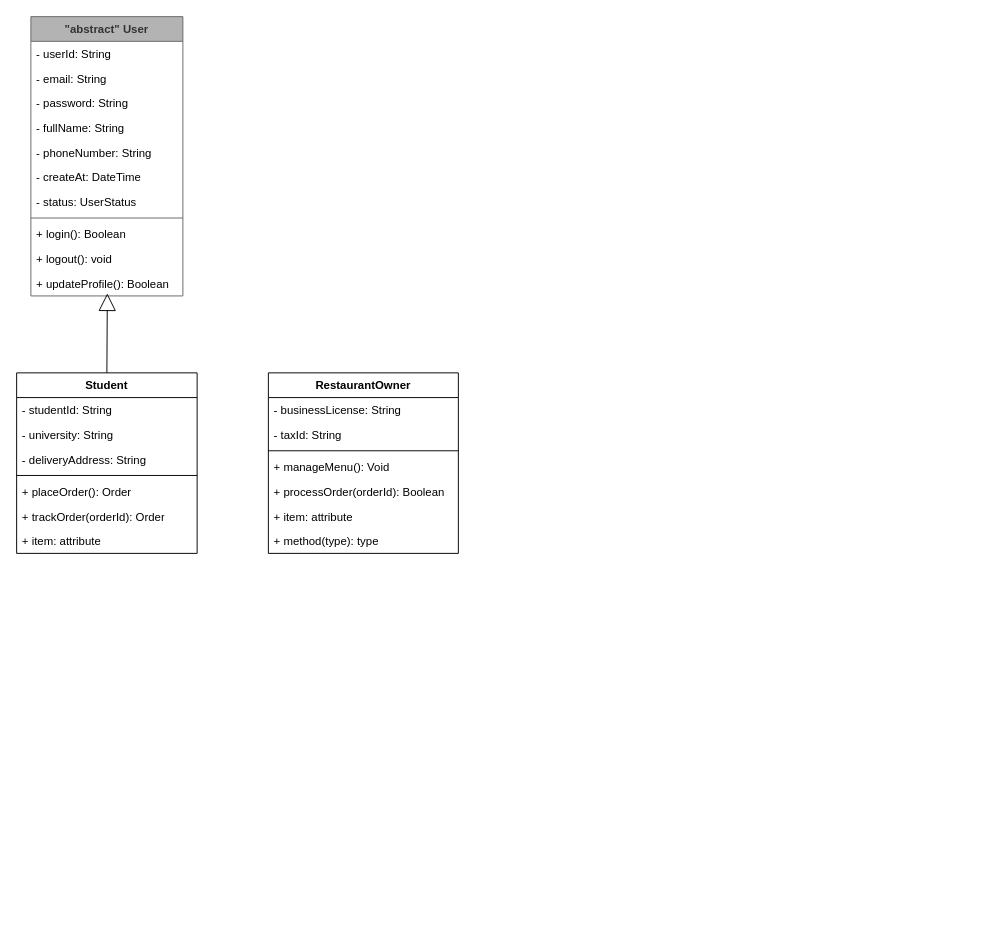
bomnguyen1907/draw_database keeps this draw.io diagram as Class Diagram- UniEats System.drawio. Above is the earlier version. Source tidied: cells renumbered, new cells numbered last; positions are measured from the earlier drawing's top-left corner, leaving out a move shared by most shapes. Both pictures are drawn from the tidied source at 95%, with x=0, y=0 at pixel (16, 16).
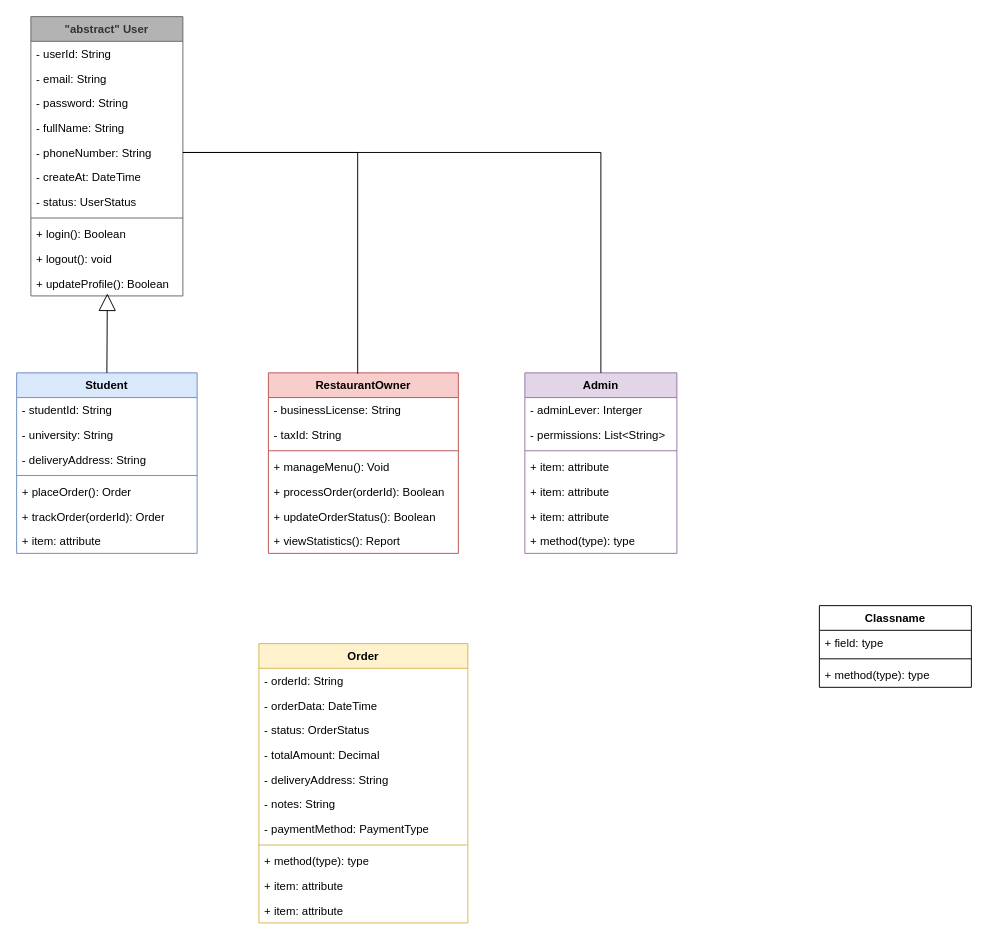
The same diagram, later.

Commit message (it also covers changes not shown here):
Cập nhật Class Diagram- UniEats System.drawio

The change refers to these unchanged cells:
```xml
<mxCell id="7" value="- phoneNumber: String" style="text;strokeColor=none;fillColor=none;align=left;verticalAlign=top;spacingLeft=4;spacingRight=4;overflow=hidden;points=[[0,0.5],[1,0.5]];portConstraint=eastwest;whiteSpace=wrap;html=1;" parent="2" vertex="1">
  <mxGeometry y="130" width="160" height="26" as="geometry" />
</mxCell>
```

Change to the diagram source:
```diff
@@
-    <mxCell id="14" value="Student" style="swimlane;fontStyle=1;align=center;verticalAlign=top;horizontal=1;startSize=26;whiteSpace=wrap;html=1;" parent="1" vertex="1">
+    <mxCell id="14" value="Student" style="swimlane;fontStyle=1;align=center;verticalAlign=top;horizontal=1;startSize=26;whiteSpace=wrap;html=1;fillColor=#dae8fc;strokeColor=#6c8ebf;" parent="1" vertex="1">
       <mxGeometry y="375" width="190" height="190" as="geometry" />
     </mxCell>
@@
-    <mxCell id="23" value="RestaurantOwner" style="swimlane;fontStyle=1;align=center;verticalAlign=top;horizontal=1;startSize=26;whiteSpace=wrap;html=1;" parent="1" vertex="1">
+    <mxCell id="23" value="RestaurantOwner" style="swimlane;fontStyle=1;align=center;verticalAlign=top;horizontal=1;startSize=26;whiteSpace=wrap;html=1;fillColor=#f8cecc;strokeColor=#b85450;" parent="1" vertex="1">
       <mxGeometry x="265" y="375" width="200" height="190" as="geometry" />
     </mxCell>
@@
-    <mxCell id="29" value="+ item: attribute" style="text;strokeColor=none;fillColor=none;align=left;verticalAlign=top;spacingLeft=4;spacingRight=4;overflow=hidden;whiteSpace=wrap;html=1;" parent="23" vertex="1">
+    <mxCell id="29" value="+ updateOrderStatus(): Boolean" style="text;strokeColor=none;fillColor=none;align=left;verticalAlign=top;spacingLeft=4;spacingRight=4;overflow=hidden;whiteSpace=wrap;html=1;" parent="23" vertex="1">
       <mxGeometry y="138" width="200" height="26" as="geometry" />
     </mxCell>
-    <mxCell id="30" value="+ method(type): type" style="text;strokeColor=none;fillColor=none;align=left;verticalAlign=top;spacingLeft=4;spacingRight=4;overflow=hidden;whiteSpace=wrap;html=1;" parent="23" vertex="1">
+    <mxCell id="30" value="+ viewStatistics(): Report" style="text;strokeColor=none;fillColor=none;align=left;verticalAlign=top;spacingLeft=4;spacingRight=4;overflow=hidden;whiteSpace=wrap;html=1;" parent="23" vertex="1">
       <mxGeometry y="164" width="200" height="26" as="geometry" />
     </mxCell>
+    <mxCell id="31" value="Admin" style="swimlane;fontStyle=1;align=center;verticalAlign=top;horizontal=1;startSize=26;whiteSpace=wrap;html=1;fillColor=#e1d5e7;strokeColor=#9673a6;" parent="1" vertex="1">
+      <mxGeometry x="535" y="375" width="160" height="190" as="geometry" />
+    </mxCell>
+    <mxCell id="32" value="- adminLever: Interger" style="text;strokeColor=none;fillColor=none;align=left;verticalAlign=top;spacingLeft=4;spacingRight=4;overflow=hidden;whiteSpace=wrap;html=1;" parent="31" vertex="1">
+      <mxGeometry y="26" width="160" height="26" as="geometry" />
+    </mxCell>
+    <mxCell id="33" value="- permissions: List&amp;lt;String&amp;gt;" style="text;strokeColor=none;fillColor=none;align=left;verticalAlign=top;spacingLeft=4;spacingRight=4;overflow=hidden;whiteSpace=wrap;html=1;" parent="31" vertex="1">
+      <mxGeometry y="52" width="160" height="26" as="geometry" />
+    </mxCell>
+    <mxCell id="34" style="line;strokeWidth=1;fillColor=none;align=left;verticalAlign=middle;spacingTop=-1;spacingLeft=3;spacingRight=3;labelPosition=right;strokeColor=inherit;" parent="31" vertex="1">
+      <mxGeometry y="78" width="160" height="8" as="geometry" />
+    </mxCell>
+    <mxCell id="35" value="+ item: attribute" style="text;strokeColor=none;fillColor=none;align=left;verticalAlign=top;spacingLeft=4;spacingRight=4;overflow=hidden;whiteSpace=wrap;html=1;" parent="31" vertex="1">
+      <mxGeometry y="86" width="160" height="26" as="geometry" />
+    </mxCell>
+    <mxCell id="36" value="+ item: attribute" style="text;strokeColor=none;fillColor=none;align=left;verticalAlign=top;spacingLeft=4;spacingRight=4;overflow=hidden;whiteSpace=wrap;html=1;" parent="31" vertex="1">
+      <mxGeometry y="112" width="160" height="26" as="geometry" />
+    </mxCell>
+    <mxCell id="37" value="+ item: attribute" style="text;strokeColor=none;fillColor=none;align=left;verticalAlign=top;spacingLeft=4;spacingRight=4;overflow=hidden;whiteSpace=wrap;html=1;" parent="31" vertex="1">
+      <mxGeometry y="138" width="160" height="26" as="geometry" />
+    </mxCell>
+    <mxCell id="38" value="+ method(type): type" style="text;strokeColor=none;fillColor=none;align=left;verticalAlign=top;spacingLeft=4;spacingRight=4;overflow=hidden;whiteSpace=wrap;html=1;" parent="31" vertex="1">
+      <mxGeometry y="164" width="160" height="26" as="geometry" />
+    </mxCell>
+    <mxCell id="39" value="Classname" style="swimlane;fontStyle=1;align=center;verticalAlign=top;horizontal=1;startSize=26;whiteSpace=wrap;html=1;" parent="1" vertex="1">
+      <mxGeometry x="845" y="620" width="160" height="86" as="geometry" />
+    </mxCell>
+    <mxCell id="40" value="+ field: type" style="text;strokeColor=none;fillColor=none;align=left;verticalAlign=top;spacingLeft=4;spacingRight=4;overflow=hidden;whiteSpace=wrap;html=1;" parent="39" vertex="1">
+      <mxGeometry y="26" width="160" height="26" as="geometry" />
+    </mxCell>
+    <mxCell id="41" style="line;strokeWidth=1;fillColor=none;align=left;verticalAlign=middle;spacingTop=-1;spacingLeft=3;spacingRight=3;labelPosition=right;strokeColor=inherit;" parent="39" vertex="1">
+      <mxGeometry y="52" width="160" height="8" as="geometry" />
+    </mxCell>
+    <mxCell id="42" value="+ method(type): type" style="text;strokeColor=none;fillColor=none;align=left;verticalAlign=top;spacingLeft=4;spacingRight=4;overflow=hidden;whiteSpace=wrap;html=1;" parent="39" vertex="1">
+      <mxGeometry y="60" width="160" height="26" as="geometry" />
+    </mxCell>
+    <mxCell id="43" style="endArrow=none;html=1;rounded=0;entryX=1;entryY=0.5;entryDx=0;entryDy=0;exitX=0.47;exitY=0.004;exitDx=0;exitDy=0;exitPerimeter=0;" parent="1" edge="1" source="23" target="7">
+      <mxGeometry relative="1" as="geometry">
+        <Array as="points">
+          <mxPoint x="359" y="143" />
+        </Array>
+      </mxGeometry>
+    </mxCell>
+    <mxCell id="44" style="endArrow=none;html=1;rounded=0;entryX=0.5;entryY=0;entryDx=0;entryDy=0;exitX=1;exitY=0.5;exitDx=0;exitDy=0;" parent="1" edge="1" source="7" target="31">
+      <mxGeometry relative="1" as="geometry">
+        <Array as="points">
+          <mxPoint x="615" y="143" />
+        </Array>
+      </mxGeometry>
+    </mxCell>
+    <mxCell id="45" value="Order" style="swimlane;fontStyle=1;align=center;verticalAlign=top;horizontal=1;startSize=26;whiteSpace=wrap;html=1;fillColor=#fff2cc;strokeColor=#d6b656;" parent="1" vertex="1">
+      <mxGeometry x="255" y="660" width="220" height="294" as="geometry" />
+    </mxCell>
+    <mxCell id="46" value="- orderId: String" style="text;strokeColor=none;fillColor=none;align=left;verticalAlign=top;spacingLeft=4;spacingRight=4;overflow=hidden;whiteSpace=wrap;html=1;" parent="45" vertex="1">
+      <mxGeometry y="26" width="220" height="26" as="geometry" />
+    </mxCell>
+    <mxCell id="47" value="- orderData: DateTime" style="text;strokeColor=none;fillColor=none;align=left;verticalAlign=top;spacingLeft=4;spacingRight=4;overflow=hidden;whiteSpace=wrap;html=1;" parent="45" vertex="1">
+      <mxGeometry y="52" width="220" height="26" as="geometry" />
+    </mxCell>
+    <mxCell id="48" value="- status: OrderStatus" style="text;strokeColor=none;fillColor=none;align=left;verticalAlign=top;spacingLeft=4;spacingRight=4;overflow=hidden;whiteSpace=wrap;html=1;" parent="45" vertex="1">
+      <mxGeometry y="78" width="220" height="26" as="geometry" />
+    </mxCell>
+    <mxCell id="49" value="- totalAmount: Decimal" style="text;strokeColor=none;fillColor=none;align=left;verticalAlign=top;spacingLeft=4;spacingRight=4;overflow=hidden;whiteSpace=wrap;html=1;" parent="45" vertex="1">
+      <mxGeometry y="104" width="220" height="26" as="geometry" />
+    </mxCell>
+    <mxCell id="50" value="- deliveryAddress: String" style="text;strokeColor=none;fillColor=none;align=left;verticalAlign=top;spacingLeft=4;spacingRight=4;overflow=hidden;whiteSpace=wrap;html=1;" parent="45" vertex="1">
+      <mxGeometry y="130" width="220" height="26" as="geometry" />
+    </mxCell>
+    <mxCell id="51" value="- notes: String" style="text;strokeColor=none;fillColor=none;align=left;verticalAlign=top;spacingLeft=4;spacingRight=4;overflow=hidden;whiteSpace=wrap;html=1;" parent="45" vertex="1">
+      <mxGeometry y="156" width="220" height="26" as="geometry" />
+    </mxCell>
+    <mxCell id="52" value="- paymentMethod: PaymentType" style="text;strokeColor=none;fillColor=none;align=left;verticalAlign=top;spacingLeft=4;spacingRight=4;overflow=hidden;whiteSpace=wrap;html=1;" parent="45" vertex="1">
+      <mxGeometry y="182" width="220" height="26" as="geometry" />
+    </mxCell>
+    <mxCell id="53" style="line;strokeWidth=1;fillColor=none;align=left;verticalAlign=middle;spacingTop=-1;spacingLeft=3;spacingRight=3;labelPosition=right;strokeColor=inherit;" parent="45" vertex="1">
+      <mxGeometry y="208" width="220" height="8" as="geometry" />
+    </mxCell>
+    <mxCell id="54" value="+ method(type): type" style="text;strokeColor=none;fillColor=none;align=left;verticalAlign=top;spacingLeft=4;spacingRight=4;overflow=hidden;whiteSpace=wrap;html=1;" parent="45" vertex="1">
+      <mxGeometry y="216" width="220" height="26" as="geometry" />
+    </mxCell>
+    <mxCell id="55" value="+ item: attribute" style="text;strokeColor=none;fillColor=none;align=left;verticalAlign=top;spacingLeft=4;spacingRight=4;overflow=hidden;whiteSpace=wrap;html=1;" parent="45" vertex="1">
+      <mxGeometry y="242" width="220" height="26" as="geometry" />
+    </mxCell>
+    <mxCell id="56" value="+ item: attribute" style="text;strokeColor=none;fillColor=none;align=left;verticalAlign=top;spacingLeft=4;spacingRight=4;overflow=hidden;whiteSpace=wrap;html=1;" parent="45" vertex="1">
+      <mxGeometry y="268" width="220" height="26" as="geometry" />
+    </mxCell>
```
